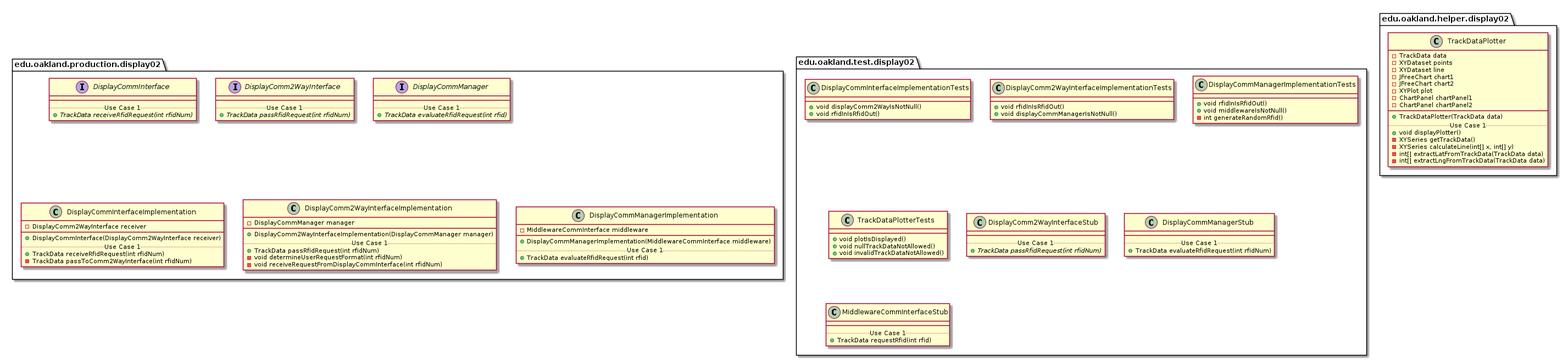
Above: docs/uml-class-diagrams/display02/Display02Packages.png in andrewdimmer/csi-3370-software-project (PlantUML), before the change.
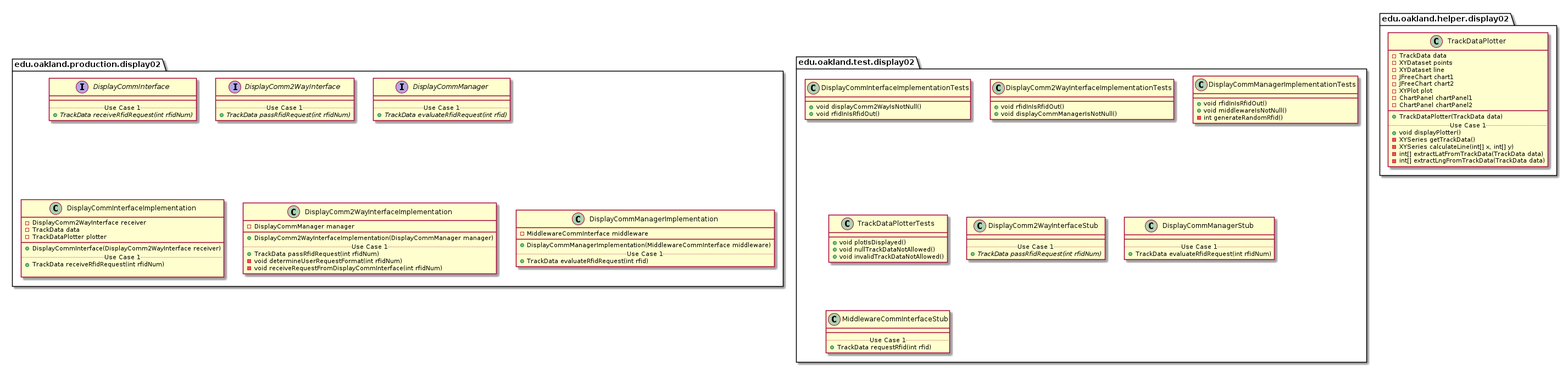
Later version of the same file.

What changed in the source:
```diff
@@ -36,11 +36,13 @@
 package edu.oakland.production.display02 {
     class DisplayCommInterfaceImplementation {
         - DisplayComm2WayInterface receiver
+        - TrackData data
+        - TrackDataPlotter plotter
         __
         + DisplayCommInterface(DisplayComm2WayInterface receiver)
         .. Use Case 1 ..
         + TrackData receiveRfidRequest(int rfidNum)
-        - TrackData passToComm2WayInterface(int rfidNum)
+
     }
 }
 
```
